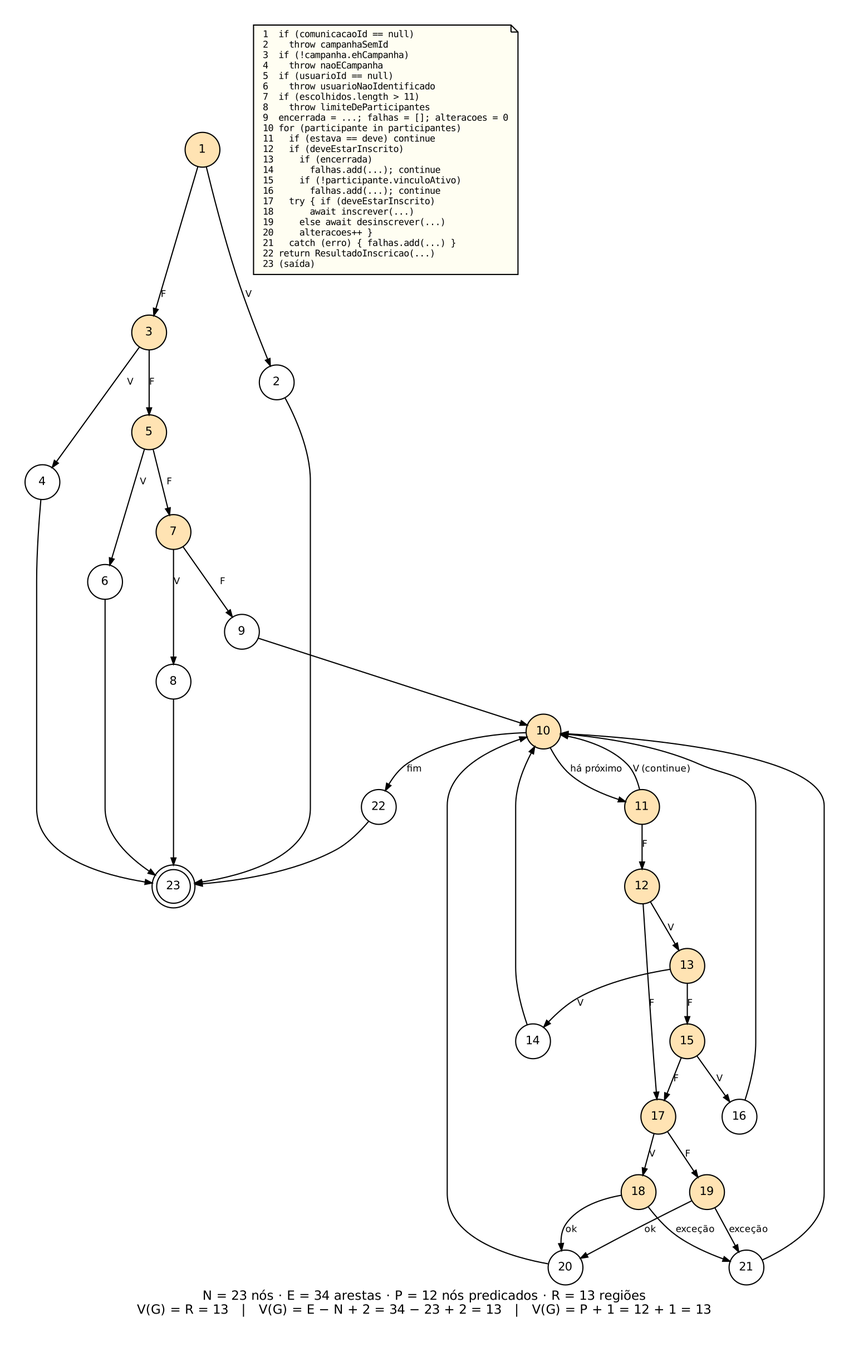
The Graphviz diagram qualidade/diagramas/ex08_gfc_salvarInscricoes.png in Conecta-Vida/Conecta-Vida-Mobile, before a commit. Its source is kept beside it as qualidade/diagramas/ex08_gfc_salvarInscricoes.dot. Its diagram source:
```dot
digraph gfc_metodo {
  graph [rankdir=TB, fontname="DejaVu Sans", fontsize=11, nodesep=0.4, ranksep=0.35, pad=0.3,
         label="N = 23 nós · E = 34 arestas · P = 12 nós predicados · R = 13 regiões\nV(G) = R = 13   |   V(G) = E − N + 2 = 34 − 23 + 2 = 13   |   V(G) = P + 1 = 12 + 1 = 13", labelloc=b];
  node  [shape=circle, fontname="DejaVu Sans", fontsize=10, width=0.42, fixedsize=true, style=filled, fillcolor="#ffffff"];
  edge  [arrowsize=0.6, fontname="DejaVu Sans", fontsize=8];
  node [fillcolor="#ffe3b3"]; 1; 3; 5; 7; 10; 11; 12; 13; 15; 17; 18; 19;
  node [fillcolor="#ffffff"];
  23 [shape=doublecircle, width=0.4];
  1 -> 2 [label="V"]; 1 -> 3 [label="F"]; 2 -> 23;
  3 -> 4 [label="V"]; 3 -> 5 [label="F"]; 4 -> 23;
  5 -> 6 [label="V"]; 5 -> 7 [label="F"]; 6 -> 23;
  7 -> 8 [label="V"]; 7 -> 9 [label="F"]; 8 -> 23;
  9 -> 10;
  10 -> 11 [label="há próximo"]; 10 -> 22 [label="fim"];
  11 -> 10 [label="V (continue)"]; 11 -> 12 [label="F"];
  12 -> 13 [label="V"]; 12 -> 17 [label="F"];
  13 -> 14 [label="V"]; 13 -> 15 [label="F"];
  14 -> 10;
  15 -> 16 [label="V"]; 15 -> 17 [label="F"];
  16 -> 10;
  17 -> 18 [label="V"]; 17 -> 19 [label="F"];
  18 -> 20 [label="ok"]; 18 -> 21 [label="exceção"];
  19 -> 20 [label="ok"]; 19 -> 21 [label="exceção"];
  20 -> 10; 21 -> 10;
  22 -> 23;
  codigo [shape=note, fixedsize=false, fontname="DejaVu Sans Mono", fontsize=8, fillcolor="#fffef2", label="1  if (comunicacaoId == null)\l2    throw campanhaSemId\l3  if (!campanha.ehCampanha)\l4    throw naoECampanha\l5  if (usuarioId == null)\l6    throw usuarioNaoIdentificado\l7  if (escolhidos.length > 11)\l8    throw limiteDeParticipantes\l9  encerrada = ...; falhas = []; alteracoes = 0\l10 for (participante in participantes)\l11   if (estava == deve) continue\l12   if (deveEstarInscrito)\l13     if (encerrada)\l14       falhas.add(...); continue\l15     if (!participante.vinculoAtivo)\l16       falhas.add(...); continue\l17   try { if (deveEstarInscrito)\l18       await inscrever(...)\l19     else await desinscrever(...)\l20     alteracoes++ }\l21   catch (erro) { falhas.add(...) }\l22 return ResultadoInscricao(...)\l23 (saída)\l"];
}
```
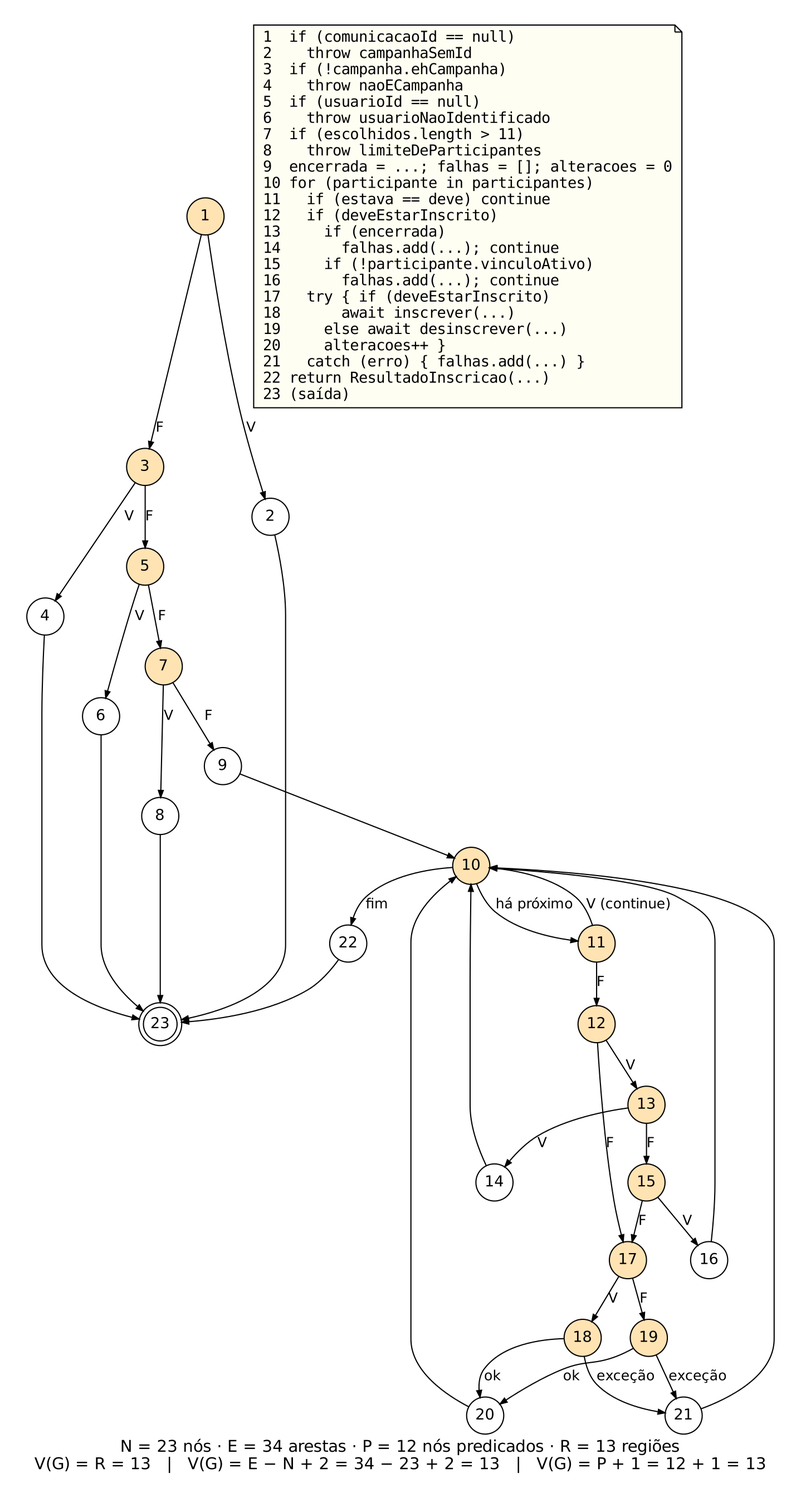
Above is the later version.

Change to the diagram source:
```diff
@@ -1,8 +1,8 @@
 digraph gfc_metodo {
-  graph [rankdir=TB, fontname="DejaVu Sans", fontsize=11, nodesep=0.4, ranksep=0.35, pad=0.3,
+  graph [rankdir=TB, fontname="DejaVu Sans", fontsize=14, nodesep=0.35, ranksep=0.3, pad=0.3,
          label="N = 23 nós · E = 34 arestas · P = 12 nós predicados · R = 13 regiões\nV(G) = R = 13   |   V(G) = E − N + 2 = 34 − 23 + 2 = 13   |   V(G) = P + 1 = 12 + 1 = 13", labelloc=b];
-  node  [shape=circle, fontname="DejaVu Sans", fontsize=10, width=0.42, fixedsize=true, style=filled, fillcolor="#ffffff"];
-  edge  [arrowsize=0.6, fontname="DejaVu Sans", fontsize=8];
+  node  [shape=circle, fontname="DejaVu Sans", fontsize=13, width=0.45, fixedsize=true, style=filled, fillcolor="#ffffff"];
+  edge  [arrowsize=0.6, fontname="DejaVu Sans", fontsize=12];
   node [fillcolor="#ffe3b3"]; 1; 3; 5; 7; 10; 11; 12; 13; 15; 17; 18; 19;
   node [fillcolor="#ffffff"];
   23 [shape=doublecircle, width=0.4];
@@ -23,5 +23,5 @@
   19 -> 20 [label="ok"]; 19 -> 21 [label="exceção"];
   20 -> 10; 21 -> 10;
   22 -> 23;
-  codigo [shape=note, fixedsize=false, fontname="DejaVu Sans Mono", fontsize=8, fillcolor="#fffef2", label="1  if (comunicacaoId == null)\l2    throw campanhaSemId\l3  if (!campanha.ehCampanha)\l4    throw naoECampanha\l5  if (usuarioId == null)\l6    throw usuarioNaoIdentificado\l7  if (escolhidos.length > 11)\l8    throw limiteDeParticipantes\l9  encerrada = ...; falhas = []; alteracoes = 0\l10 for (participante in participantes)\l11   if (estava == deve) continue\l12   if (deveEstarInscrito)\l13     if (encerrada)\l14       falhas.add(...); continue\l15     if (!participante.vinculoAtivo)\l16       falhas.add(...); continue\l17   try { if (deveEstarInscrito)\l18       await inscrever(...)\l19     else await desinscrever(...)\l20     alteracoes++ }\l21   catch (erro) { falhas.add(...) }\l22 return ResultadoInscricao(...)\l23 (saída)\l"];
+  codigo [shape=note, fixedsize=false, fontname="DejaVu Sans Mono", fontsize=13, fillcolor="#fffef2", label="1  if (comunicacaoId == null)\l2    throw campanhaSemId\l3  if (!campanha.ehCampanha)\l4    throw naoECampanha\l5  if (usuarioId == null)\l6    throw usuarioNaoIdentificado\l7  if (escolhidos.length > 11)\l8    throw limiteDeParticipantes\l9  encerrada = ...; falhas = []; alteracoes = 0\l10 for (participante in participantes)\l11   if (estava == deve) continue\l12   if (deveEstarInscrito)\l13     if (encerrada)\l14       falhas.add(...); continue\l15     if (!participante.vinculoAtivo)\l16       falhas.add(...); continue\l17   try { if (deveEstarInscrito)\l18       await inscrever(...)\l19     else await desinscrever(...)\l20     alteracoes++ }\l21   catch (erro) { falhas.add(...) }\l22 return ResultadoInscricao(...)\l23 (saída)\l"];
 }
```
